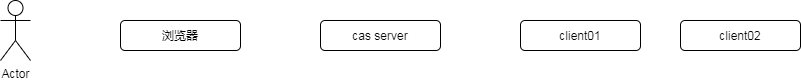
Earlier version of the draw.io export BPM CAS流程图.png (daofuzhang/demo). Source tidied: cells renumbered, new cells last; positions are measured from the earlier drawing's top-left corner, leaving out a move shared by most shapes. The source it was exported from:
```xml
<mxGraphModel>
  <root>
    <mxCell id="0" />
    <mxCell id="1" parent="0" />
    <mxCell id="2" value="Actor" style="shape=umlActor;verticalLabelPosition=bottom;verticalAlign=top;html=1;" parent="1" vertex="1">
      <mxGeometry width="30" height="60" as="geometry" />
    </mxCell>
    <mxCell id="3" value="浏览器" style="rounded=1;whiteSpace=wrap;html=1;" parent="1" vertex="1">
      <mxGeometry x="120" y="20" width="120" height="30" as="geometry" />
    </mxCell>
    <mxCell id="4" value="cas server" style="rounded=1;whiteSpace=wrap;html=1;" parent="1" vertex="1">
      <mxGeometry x="320" y="20" width="120" height="30" as="geometry" />
    </mxCell>
    <mxCell id="5" value="client01" style="rounded=1;whiteSpace=wrap;html=1;" parent="1" vertex="1">
      <mxGeometry x="520" y="20" width="120" height="30" as="geometry" />
    </mxCell>
    <mxCell id="6" value="client02" style="rounded=1;whiteSpace=wrap;html=1;" parent="1" vertex="1">
      <mxGeometry x="680" y="20" width="120" height="30" as="geometry" />
    </mxCell>
  </root>
</mxGraphModel>
```
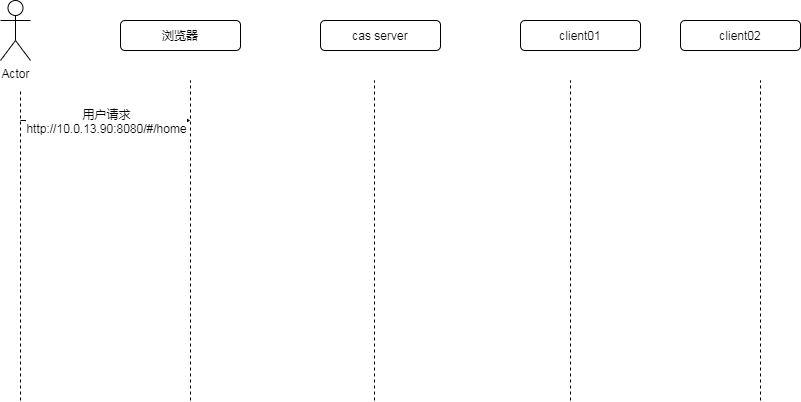
Later version of the same file.

What changed in the source:
```diff
@@ -17,5 +17,44 @@
     <mxCell id="6" value="client02" style="rounded=1;whiteSpace=wrap;html=1;" parent="1" vertex="1">
       <mxGeometry x="680" y="20" width="120" height="30" as="geometry" />
     </mxCell>
+    <mxCell id="7" style="endArrow=none;dashed=1;html=1;" parent="1" edge="1">
+      <mxGeometry relative="1" as="geometry">
+        <mxPoint x="20" y="400" as="sourcePoint" />
+        <mxPoint x="20" y="90" as="targetPoint" />
+      </mxGeometry>
+    </mxCell>
+    <mxCell id="8" style="endArrow=none;dashed=1;html=1;" parent="1" edge="1">
+      <mxGeometry relative="1" as="geometry">
+        <mxPoint x="190" y="400" as="sourcePoint" />
+        <mxPoint x="190" y="80" as="targetPoint" />
+      </mxGeometry>
+    </mxCell>
+    <mxCell id="9" style="endArrow=none;dashed=1;html=1;" parent="1" edge="1">
+      <mxGeometry relative="1" as="geometry">
+        <mxPoint x="374" y="400" as="sourcePoint" />
+        <mxPoint x="374" y="80" as="targetPoint" />
+      </mxGeometry>
+    </mxCell>
+    <mxCell id="10" style="endArrow=none;dashed=1;html=1;" parent="1" edge="1">
+      <mxGeometry relative="1" as="geometry">
+        <mxPoint x="570" y="400" as="sourcePoint" />
+        <mxPoint x="570" y="80" as="targetPoint" />
+      </mxGeometry>
+    </mxCell>
+    <mxCell id="11" style="endArrow=none;dashed=1;html=1;" parent="1" edge="1">
+      <mxGeometry relative="1" as="geometry">
+        <mxPoint x="760" y="400" as="sourcePoint" />
+        <mxPoint x="760" y="80" as="targetPoint" />
+      </mxGeometry>
+    </mxCell>
+    <mxCell id="12" style="endArrow=classic;html=1;" parent="1" edge="1">
+      <mxGeometry relative="1" as="geometry">
+        <mxPoint x="20" y="120" as="sourcePoint" />
+        <mxPoint x="190" y="120" as="targetPoint" />
+      </mxGeometry>
+    </mxCell>
+    <mxCell id="13" value="用户请求&lt;br&gt;http://10.0.13.90:8080/#/home" style="edgeLabel;html=1;align=center;verticalAlign=middle;" parent="12" vertex="1">
+      <mxGeometry relative="1" as="geometry" />
+    </mxCell>
   </root>
 </mxGraphModel>
```
